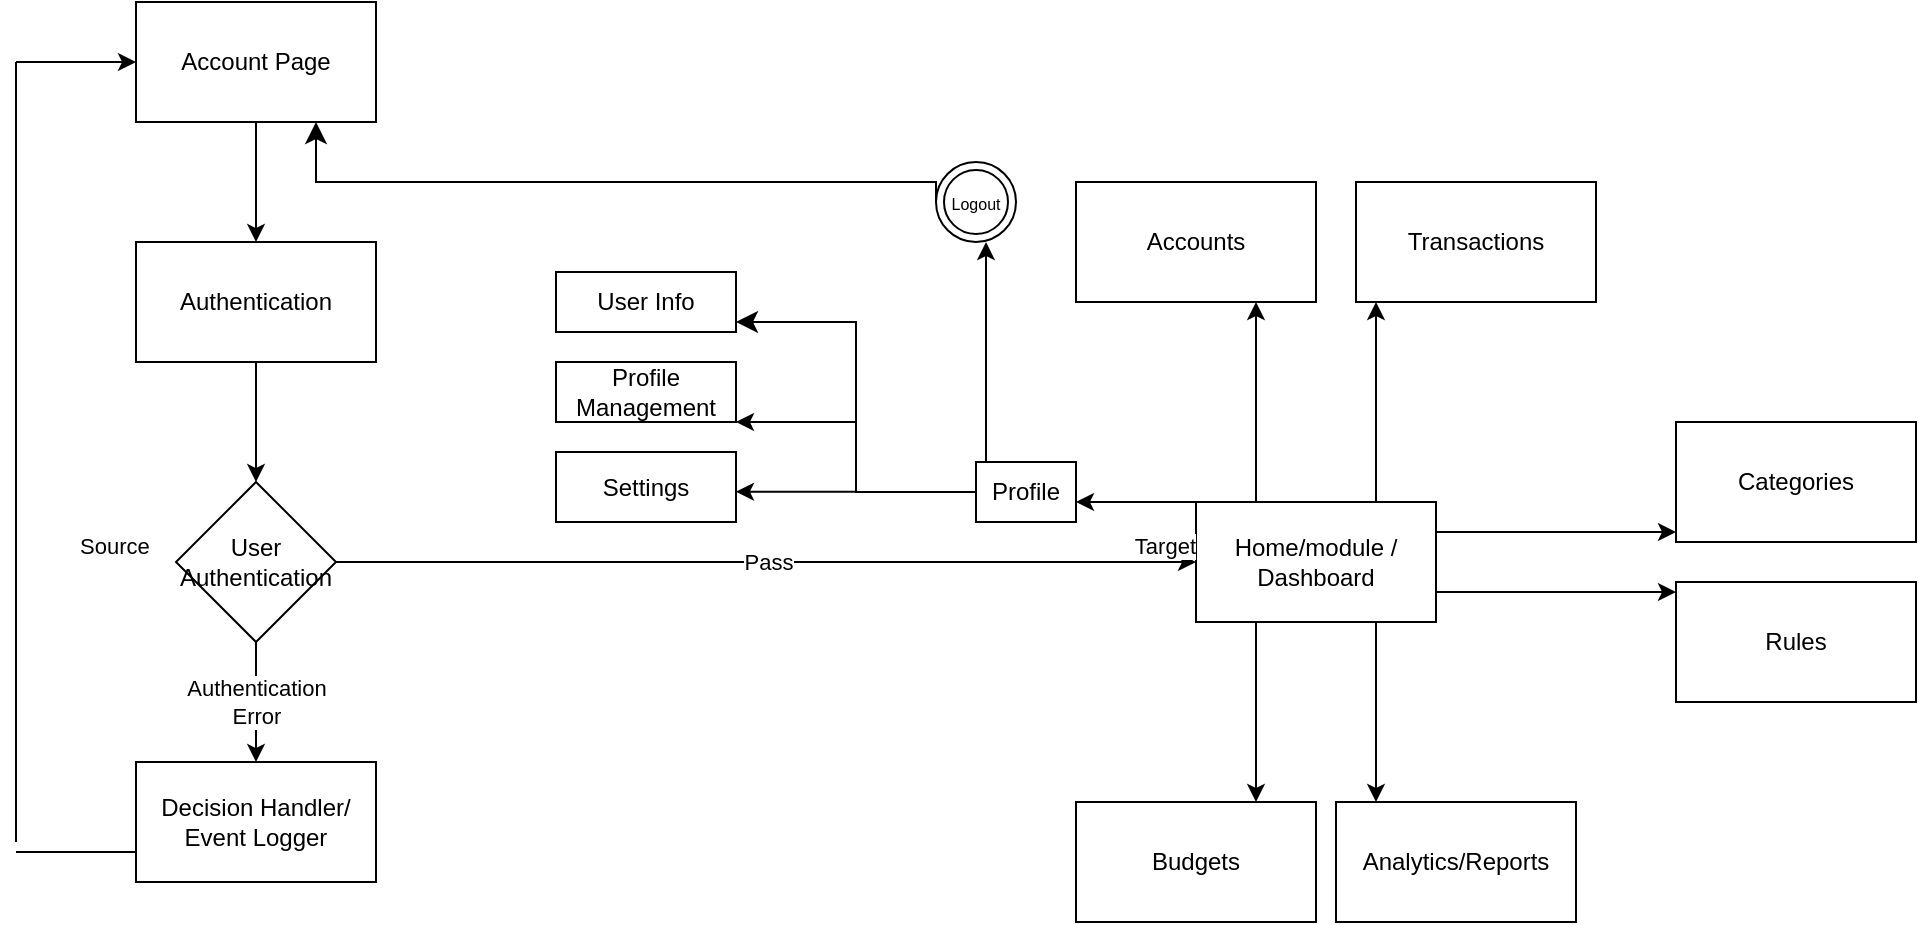
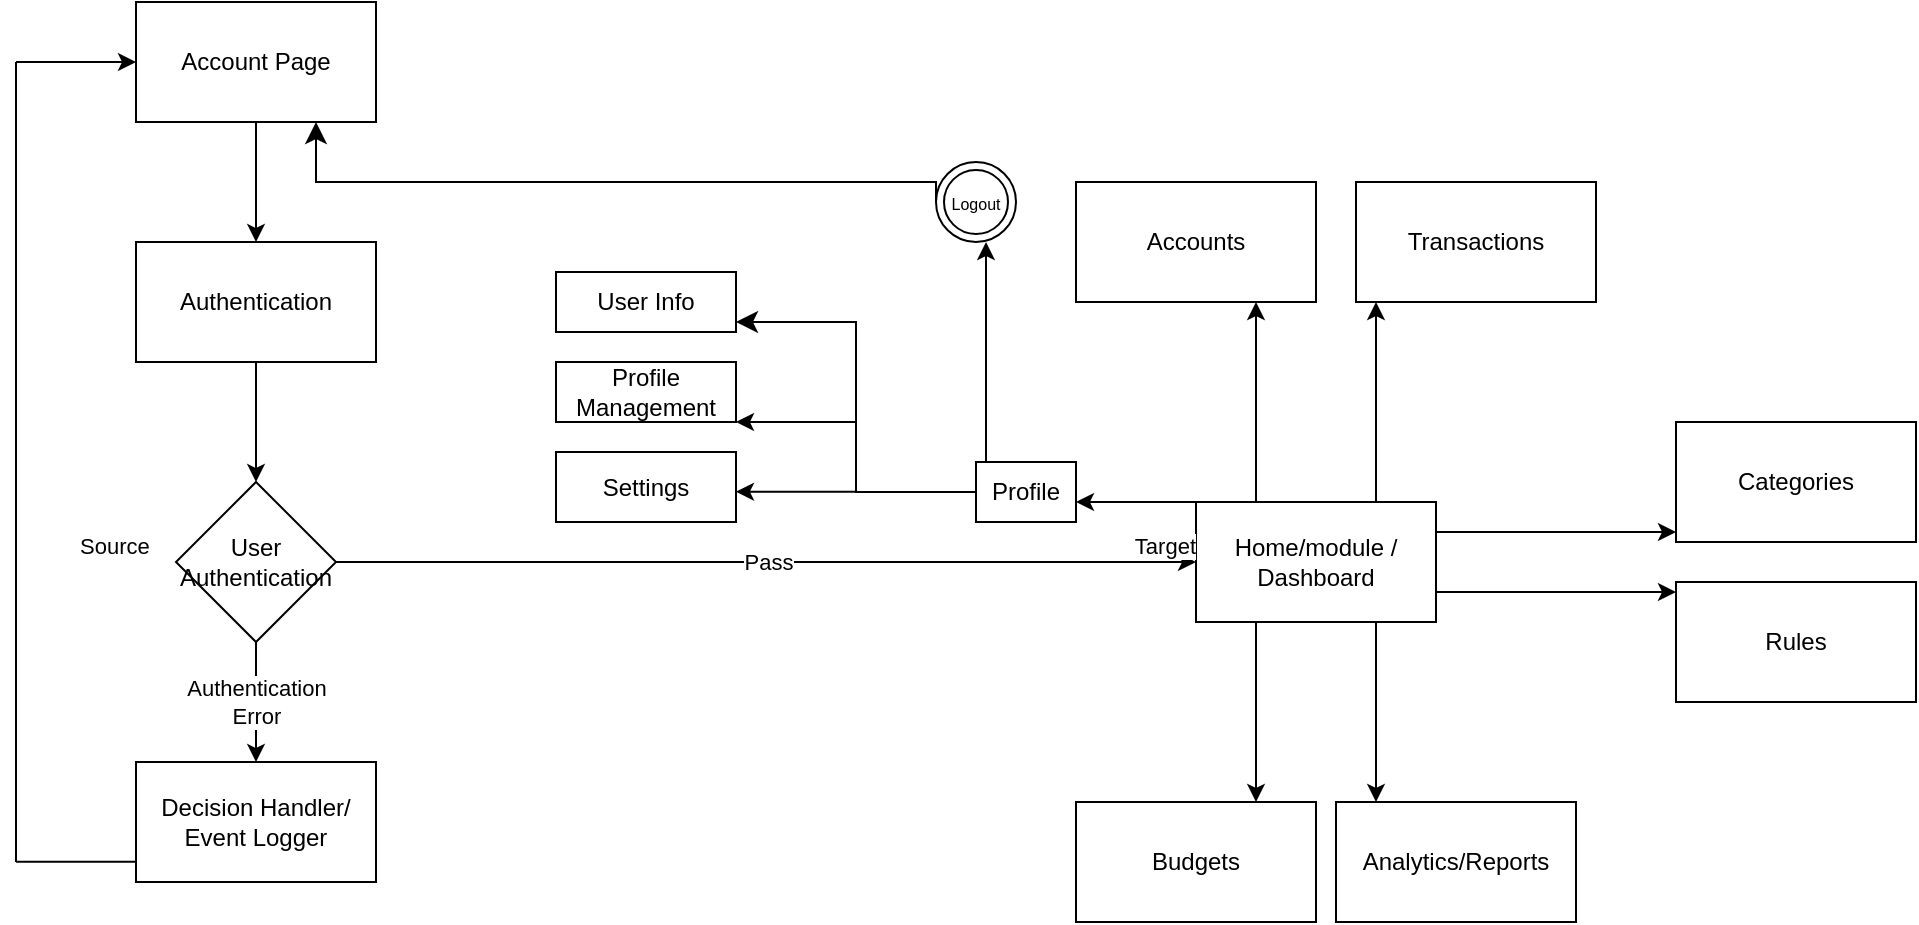
<mxfile host="app.diagrams.net" agent="Mozilla/5.0 (Windows NT 10.0; Win64; x64) AppleWebKit/537.36 (KHTML, like Gecko) Chrome/139.0.0.0 Safari/537.36" version="28.1.0">
  <diagram name="Page-1" id="GulApN4WPxvMzPRhlIXC">
-     <mxGraphModel dx="1961" dy="583" grid="1" gridSize="10" guides="1" tooltips="1" connect="1" arrows="1" fold="1" page="1" pageScale="1" pageWidth="850" pageHeight="1100" math="0" shadow="0">
+     <mxGraphModel dx="1881" dy="541" grid="1" gridSize="10" guides="1" tooltips="1" connect="1" arrows="1" fold="1" page="1" pageScale="1" pageWidth="850" pageHeight="1100" math="0" shadow="0">
      <root>
        <mxCell id="0" />
        <mxCell id="1" parent="0" />
        <mxCell id="rlmv7btFgNykXjglH9dx-1" value="Account Page" style="rounded=0;whiteSpace=wrap;html=1;" parent="1" vertex="1">
          <mxGeometry x="-250" y="80" width="120" height="60" as="geometry" />
        </mxCell>
        <mxCell id="rlmv7btFgNykXjglH9dx-2" value="" style="endArrow=classic;html=1;rounded=0;exitX=0.5;exitY=1;exitDx=0;exitDy=0;entryX=0.5;entryY=0;entryDx=0;entryDy=0;" parent="1" source="rlmv7btFgNykXjglH9dx-1" target="rlmv7btFgNykXjglH9dx-4" edge="1">
          <mxGeometry width="50" height="50" relative="1" as="geometry">
            <mxPoint x="-180" y="150" as="sourcePoint" />
            <mxPoint x="-30" y="110" as="targetPoint" />
          </mxGeometry>
        </mxCell>
        <mxCell id="rlmv7btFgNykXjglH9dx-4" value="Authentication" style="rounded=0;whiteSpace=wrap;html=1;" parent="1" vertex="1">
          <mxGeometry x="-250" y="200" width="120" height="60" as="geometry" />
        </mxCell>
        <mxCell id="rlmv7btFgNykXjglH9dx-6" value="User Authentication" style="rhombus;whiteSpace=wrap;html=1;" parent="1" vertex="1">
          <mxGeometry x="-230" y="320" width="80" height="80" as="geometry" />
        </mxCell>
        <mxCell id="rlmv7btFgNykXjglH9dx-7" value="" style="endArrow=classic;html=1;rounded=0;exitX=0.5;exitY=1;exitDx=0;exitDy=0;" parent="1" source="rlmv7btFgNykXjglH9dx-4" target="rlmv7btFgNykXjglH9dx-6" edge="1">
          <mxGeometry width="50" height="50" relative="1" as="geometry">
            <mxPoint x="-190" y="280" as="sourcePoint" />
            <mxPoint x="-140" y="230" as="targetPoint" />
          </mxGeometry>
        </mxCell>
        <mxCell id="rlmv7btFgNykXjglH9dx-11" value="Home/module / Dashboard" style="rounded=0;whiteSpace=wrap;html=1;" parent="1" vertex="1">
          <mxGeometry x="280" y="330" width="120" height="60" as="geometry" />
        </mxCell>
        <mxCell id="rlmv7btFgNykXjglH9dx-12" value="Pass" style="endArrow=classic;html=1;rounded=0;entryX=0;entryY=0.5;entryDx=0;entryDy=0;exitX=1;exitY=0.5;exitDx=0;exitDy=0;" parent="1" target="rlmv7btFgNykXjglH9dx-11" edge="1" source="rlmv7btFgNykXjglH9dx-6">
          <mxGeometry x="0.0033" relative="1" as="geometry">
            <mxPoint x="120" y="360" as="sourcePoint" />
            <mxPoint x="240" y="360" as="targetPoint" />
            <mxPoint as="offset" />
          </mxGeometry>
        </mxCell>
        <mxCell id="rlmv7btFgNykXjglH9dx-14" value="Source" style="edgeLabel;resizable=0;html=1;;align=left;verticalAlign=bottom;" parent="rlmv7btFgNykXjglH9dx-12" connectable="0" vertex="1">
          <mxGeometry x="-1" relative="1" as="geometry">
            <mxPoint x="-130" as="offset" />
          </mxGeometry>
        </mxCell>
        <mxCell id="rlmv7btFgNykXjglH9dx-15" value="Target" style="edgeLabel;resizable=0;html=1;;align=right;verticalAlign=bottom;" parent="rlmv7btFgNykXjglH9dx-12" connectable="0" vertex="1">
          <mxGeometry x="1" relative="1" as="geometry" />
        </mxCell>
        <mxCell id="rlmv7btFgNykXjglH9dx-16" value="Decision Handler/ Event Logger" style="rounded=0;whiteSpace=wrap;html=1;" parent="1" vertex="1">
          <mxGeometry x="-250" y="460" width="120" height="60" as="geometry" />
        </mxCell>
        <mxCell id="rlmv7btFgNykXjglH9dx-18" value="" style="endArrow=classic;html=1;rounded=0;exitX=0.5;exitY=1;exitDx=0;exitDy=0;entryX=0.5;entryY=0;entryDx=0;entryDy=0;" parent="1" source="rlmv7btFgNykXjglH9dx-6" target="rlmv7btFgNykXjglH9dx-16" edge="1">
          <mxGeometry relative="1" as="geometry">
            <mxPoint x="-30" y="450" as="sourcePoint" />
            <mxPoint x="130" y="450" as="targetPoint" />
          </mxGeometry>
        </mxCell>
        <mxCell id="rlmv7btFgNykXjglH9dx-19" value="Authentication&lt;div&gt;Error&lt;/div&gt;" style="edgeLabel;resizable=0;html=1;;align=center;verticalAlign=middle;" parent="rlmv7btFgNykXjglH9dx-18" connectable="0" vertex="1">
          <mxGeometry relative="1" as="geometry" />
        </mxCell>
        <mxCell id="rlmv7btFgNykXjglH9dx-24" value="" style="endArrow=classic;html=1;rounded=0;entryX=0;entryY=0.5;entryDx=0;entryDy=0;" parent="1" target="rlmv7btFgNykXjglH9dx-1" edge="1">
          <mxGeometry width="50" height="50" relative="1" as="geometry">
            <mxPoint x="-310" y="110" as="sourcePoint" />
            <mxPoint x="-50" y="240" as="targetPoint" />
          </mxGeometry>
        </mxCell>
        <mxCell id="rlmv7btFgNykXjglH9dx-26" value="" style="endArrow=none;html=1;rounded=0;" parent="1" edge="1">
          <mxGeometry width="50" height="50" relative="1" as="geometry">
            <mxPoint x="-310" y="110" as="sourcePoint" />
-             <mxPoint x="-310" y="500" as="targetPoint" />
+             <mxPoint x="-310" y="510" as="targetPoint" />
          </mxGeometry>
        </mxCell>
        <mxCell id="rlmv7btFgNykXjglH9dx-28" value="" style="endArrow=none;html=1;rounded=0;" parent="1" edge="1">
          <mxGeometry width="50" height="50" relative="1" as="geometry">
-             <mxPoint x="-310" y="505" as="sourcePoint" />
-             <mxPoint x="-250" y="505" as="targetPoint" />
+             <mxPoint x="-310" y="509.86" as="sourcePoint" />
+             <mxPoint x="-250" y="509.86" as="targetPoint" />
          </mxGeometry>
        </mxCell>
        <mxCell id="tjxwa1OgpTy0bqbMmFWm-2" value="" style="endArrow=classic;html=1;rounded=0;exitX=0.25;exitY=0;exitDx=0;exitDy=0;entryX=0.75;entryY=1;entryDx=0;entryDy=0;" edge="1" parent="1" source="rlmv7btFgNykXjglH9dx-11" target="tjxwa1OgpTy0bqbMmFWm-3">
          <mxGeometry width="50" height="50" relative="1" as="geometry">
            <mxPoint x="320" y="310" as="sourcePoint" />
            <mxPoint x="340" y="240" as="targetPoint" />
            <Array as="points" />
          </mxGeometry>
        </mxCell>
        <mxCell id="tjxwa1OgpTy0bqbMmFWm-3" value="Accounts" style="rounded=0;whiteSpace=wrap;html=1;" vertex="1" parent="1">
          <mxGeometry x="220" y="170" width="120" height="60" as="geometry" />
        </mxCell>
        <mxCell id="tjxwa1OgpTy0bqbMmFWm-4" value="Budgets" style="rounded=0;whiteSpace=wrap;html=1;" vertex="1" parent="1">
          <mxGeometry x="220" y="480" width="120" height="60" as="geometry" />
        </mxCell>
        <mxCell id="tjxwa1OgpTy0bqbMmFWm-5" value="" style="endArrow=classic;html=1;rounded=0;exitX=0.25;exitY=1;exitDx=0;exitDy=0;entryX=0.75;entryY=0;entryDx=0;entryDy=0;" edge="1" parent="1" source="rlmv7btFgNykXjglH9dx-11" target="tjxwa1OgpTy0bqbMmFWm-4">
          <mxGeometry width="50" height="50" relative="1" as="geometry">
            <mxPoint x="350" y="450" as="sourcePoint" />
            <mxPoint x="280" y="470" as="targetPoint" />
          </mxGeometry>
        </mxCell>
        <mxCell id="tjxwa1OgpTy0bqbMmFWm-6" value="" style="endArrow=classic;html=1;rounded=0;exitX=1;exitY=0.25;exitDx=0;exitDy=0;" edge="1" parent="1" source="rlmv7btFgNykXjglH9dx-11">
          <mxGeometry width="50" height="50" relative="1" as="geometry">
            <mxPoint x="460" y="350" as="sourcePoint" />
            <mxPoint x="520" y="345" as="targetPoint" />
          </mxGeometry>
        </mxCell>
        <mxCell id="tjxwa1OgpTy0bqbMmFWm-7" value="" style="endArrow=classic;html=1;rounded=0;exitX=0.75;exitY=1;exitDx=0;exitDy=0;" edge="1" parent="1" source="rlmv7btFgNykXjglH9dx-11">
          <mxGeometry width="50" height="50" relative="1" as="geometry">
            <mxPoint x="470" y="420" as="sourcePoint" />
            <mxPoint x="370" y="480" as="targetPoint" />
          </mxGeometry>
        </mxCell>
        <mxCell id="tjxwa1OgpTy0bqbMmFWm-8" value="Analytics/Reports" style="rounded=0;whiteSpace=wrap;html=1;" vertex="1" parent="1">
          <mxGeometry x="350" y="480" width="120" height="60" as="geometry" />
        </mxCell>
        <mxCell id="tjxwa1OgpTy0bqbMmFWm-9" value="Categories" style="rounded=0;whiteSpace=wrap;html=1;" vertex="1" parent="1">
          <mxGeometry x="520" y="290" width="120" height="60" as="geometry" />
        </mxCell>
        <mxCell id="tjxwa1OgpTy0bqbMmFWm-10" value="" style="endArrow=classic;html=1;rounded=0;exitX=1;exitY=0.75;exitDx=0;exitDy=0;" edge="1" parent="1" source="rlmv7btFgNykXjglH9dx-11">
          <mxGeometry width="50" height="50" relative="1" as="geometry">
            <mxPoint x="480" y="430" as="sourcePoint" />
            <mxPoint x="520" y="375" as="targetPoint" />
          </mxGeometry>
        </mxCell>
        <mxCell id="tjxwa1OgpTy0bqbMmFWm-11" value="Rules" style="rounded=0;whiteSpace=wrap;html=1;" vertex="1" parent="1">
          <mxGeometry x="520" y="370" width="120" height="60" as="geometry" />
        </mxCell>
        <mxCell id="tjxwa1OgpTy0bqbMmFWm-12" value="" style="endArrow=classic;html=1;rounded=0;exitX=0.75;exitY=0;exitDx=0;exitDy=0;" edge="1" parent="1" source="rlmv7btFgNykXjglH9dx-11">
          <mxGeometry width="50" height="50" relative="1" as="geometry">
            <mxPoint x="380" y="310" as="sourcePoint" />
            <mxPoint x="370" y="230" as="targetPoint" />
          </mxGeometry>
        </mxCell>
        <mxCell id="tjxwa1OgpTy0bqbMmFWm-13" value="Transactions" style="rounded=0;whiteSpace=wrap;html=1;" vertex="1" parent="1">
          <mxGeometry x="360" y="170" width="120" height="60" as="geometry" />
        </mxCell>
        <mxCell id="tjxwa1OgpTy0bqbMmFWm-15" value="" style="endArrow=classic;html=1;rounded=0;exitX=0;exitY=0;exitDx=0;exitDy=0;" edge="1" parent="1" source="rlmv7btFgNykXjglH9dx-11">
          <mxGeometry width="50" height="50" relative="1" as="geometry">
            <mxPoint x="180" y="310" as="sourcePoint" />
            <mxPoint x="220" y="330" as="targetPoint" />
          </mxGeometry>
        </mxCell>
        <mxCell id="tjxwa1OgpTy0bqbMmFWm-16" value="Profile" style="rounded=0;whiteSpace=wrap;html=1;" vertex="1" parent="1">
          <mxGeometry x="170" y="310" width="50" height="30" as="geometry" />
        </mxCell>
        <mxCell id="tjxwa1OgpTy0bqbMmFWm-17" value="" style="endArrow=classic;html=1;rounded=0;exitX=0.5;exitY=0;exitDx=0;exitDy=0;" edge="1" parent="1">
          <mxGeometry width="50" height="50" relative="1" as="geometry">
            <mxPoint x="175" y="310" as="sourcePoint" />
            <mxPoint x="175" y="200" as="targetPoint" />
          </mxGeometry>
        </mxCell>
        <mxCell id="tjxwa1OgpTy0bqbMmFWm-18" value="&lt;font style=&quot;font-size: 8px;&quot;&gt;Logout&lt;/font&gt;" style="ellipse;shape=doubleEllipse;whiteSpace=wrap;html=1;aspect=fixed;" vertex="1" parent="1">
          <mxGeometry x="150" y="160" width="40" height="40" as="geometry" />
        </mxCell>
        <mxCell id="tjxwa1OgpTy0bqbMmFWm-20" value="" style="edgeStyle=elbowEdgeStyle;elbow=vertical;endArrow=classic;html=1;curved=0;rounded=0;endSize=8;startSize=8;entryX=0.75;entryY=1;entryDx=0;entryDy=0;exitX=0;exitY=0.5;exitDx=0;exitDy=0;" edge="1" parent="1" source="tjxwa1OgpTy0bqbMmFWm-18" target="rlmv7btFgNykXjglH9dx-1">
          <mxGeometry width="50" height="50" relative="1" as="geometry">
            <mxPoint x="190" y="160" as="sourcePoint" />
            <mxPoint x="240" y="110" as="targetPoint" />
            <Array as="points">
              <mxPoint x="10" y="170" />
            </Array>
          </mxGeometry>
        </mxCell>
        <mxCell id="tjxwa1OgpTy0bqbMmFWm-25" value="" style="edgeStyle=elbowEdgeStyle;elbow=horizontal;endArrow=classic;html=1;curved=0;rounded=0;endSize=8;startSize=8;exitX=0;exitY=0.5;exitDx=0;exitDy=0;" edge="1" parent="1" source="tjxwa1OgpTy0bqbMmFWm-16">
          <mxGeometry width="50" height="50" relative="1" as="geometry">
            <mxPoint x="110" y="330" as="sourcePoint" />
            <mxPoint x="50" y="240" as="targetPoint" />
          </mxGeometry>
        </mxCell>
        <mxCell id="tjxwa1OgpTy0bqbMmFWm-29" value="" style="endArrow=classic;html=1;rounded=0;" edge="1" parent="1">
          <mxGeometry width="50" height="50" relative="1" as="geometry">
            <mxPoint x="110" y="290" as="sourcePoint" />
            <mxPoint x="50" y="290" as="targetPoint" />
          </mxGeometry>
        </mxCell>
        <mxCell id="tjxwa1OgpTy0bqbMmFWm-30" value="User Info" style="rounded=0;whiteSpace=wrap;html=1;" vertex="1" parent="1">
          <mxGeometry x="-40" y="215" width="90" height="30" as="geometry" />
        </mxCell>
        <mxCell id="tjxwa1OgpTy0bqbMmFWm-31" value="Profile Management" style="rounded=0;whiteSpace=wrap;html=1;" vertex="1" parent="1">
          <mxGeometry x="-40" y="260" width="90" height="30" as="geometry" />
        </mxCell>
        <mxCell id="tjxwa1OgpTy0bqbMmFWm-32" value="" style="endArrow=classic;html=1;rounded=0;" edge="1" parent="1">
          <mxGeometry width="50" height="50" relative="1" as="geometry">
            <mxPoint x="110" y="324.82" as="sourcePoint" />
            <mxPoint x="50" y="324.82" as="targetPoint" />
            <Array as="points" />
          </mxGeometry>
        </mxCell>
        <mxCell id="tjxwa1OgpTy0bqbMmFWm-33" value="Settings" style="rounded=0;whiteSpace=wrap;html=1;" vertex="1" parent="1">
          <mxGeometry x="-40" y="305" width="90" height="35" as="geometry" />
        </mxCell>
      </root>
    </mxGraphModel>
  </diagram>
</mxfile>
